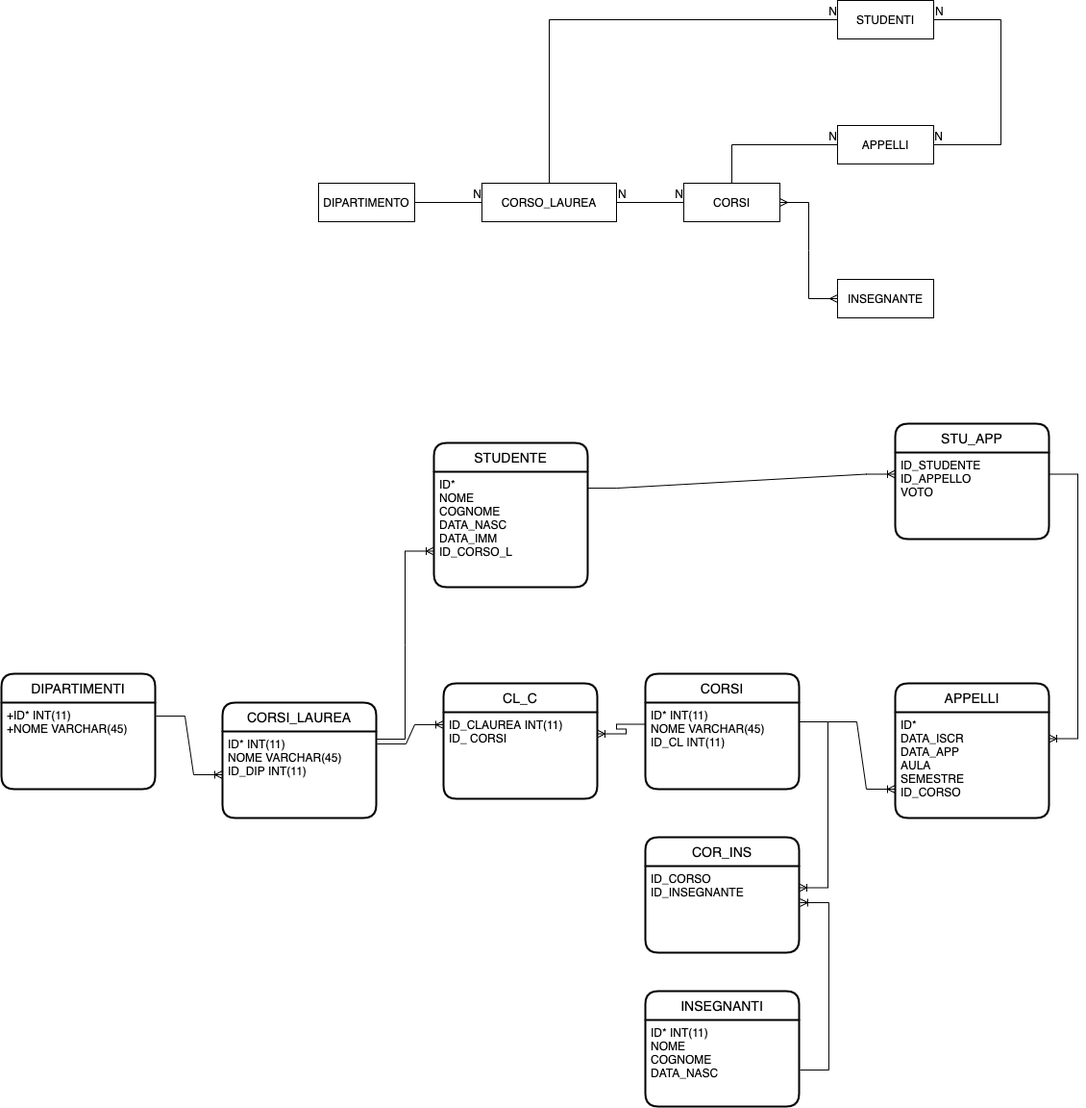
templarec/db-university keeps this draw.io diagram as db-university.png. Above is the earlier version. Source tidied: cells renumbered, new cells last; positions are measured from the earlier drawing's top-left corner, leaving out a move shared by most shapes.
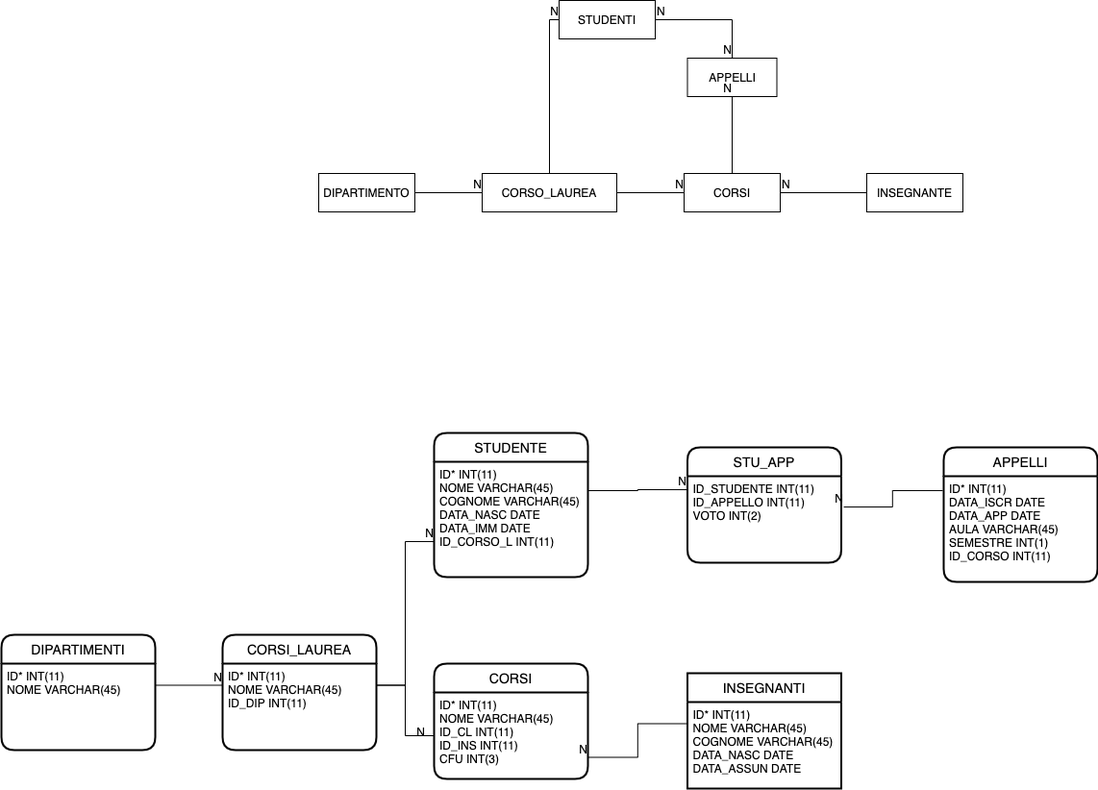
After the change.

Commit message:
Esercizio Completato

Change to the diagram source:
```diff
@@ -2,92 +2,48 @@
   <root>
     <mxCell id="0" />
     <mxCell id="1" parent="0" />
-    <mxCell id="2" style="edgeStyle=entityRelationEdgeStyle;fontSize=12;html=1;endArrow=ERoneToMany;rounded=0;entryX=0;entryY=0.5;entryDx=0;entryDy=0;exitX=1.006;exitY=0.156;exitDx=0;exitDy=0;exitPerimeter=0;" parent="1" edge="1" source="4" target="6">
-      <mxGeometry relative="1" as="geometry" />
-    </mxCell>
     <mxCell id="3" value="DIPARTIMENTI" style="swimlane;horizontal=1;startSize=30;rounded=1;fontSize=14;fontStyle=0;strokeWidth=2;shadow=0;dashed=0;align=center;" parent="1" vertex="1">
-      <mxGeometry y="700" width="160" height="120" as="geometry" />
+      <mxGeometry y="670" width="160" height="120" as="geometry" />
     </mxCell>
-    <mxCell id="4" value="+ID* INT(11)&#10;+NOME VARCHAR(45)&#10;" style="align=left;strokeColor=none;fillColor=none;spacingLeft=4;fontSize=12;verticalAlign=top;" parent="3" vertex="1">
+    <mxCell id="4" value="ID* INT(11)&#10;NOME VARCHAR(45)&#10;" style="align=left;strokeColor=none;fillColor=none;spacingLeft=4;fontSize=12;verticalAlign=top;" parent="3" vertex="1">
       <mxGeometry y="30" width="160" height="90" as="geometry" />
     </mxCell>
     <mxCell id="5" value="CORSI_LAUREA" style="swimlane;horizontal=1;startSize=30;rounded=1;fontSize=14;fontStyle=0;strokeWidth=2;shadow=0;dashed=0;align=center;" parent="1" vertex="1">
-      <mxGeometry x="230" y="730" width="160" height="120" as="geometry" />
+      <mxGeometry x="230" y="670" width="160" height="120" as="geometry" />
     </mxCell>
     <mxCell id="6" value="ID* INT(11)&#10;NOME VARCHAR(45)&#10;ID_DIP INT(11)" style="align=left;strokeColor=none;fillColor=none;spacingLeft=4;fontSize=12;verticalAlign=top;" parent="5" vertex="1">
       <mxGeometry y="30" width="160" height="90" as="geometry" />
     </mxCell>
     <mxCell id="7" value="CORSI" style="swimlane;horizontal=1;startSize=30;rounded=1;fontSize=14;fontStyle=0;strokeWidth=2;shadow=0;dashed=0;align=center;" parent="1" vertex="1">
-      <mxGeometry x="670" y="700" width="160" height="120" as="geometry" />
+      <mxGeometry x="450" y="700" width="160" height="120" as="geometry" />
     </mxCell>
-    <mxCell id="8" value="ID* INT(11)&#10;NOME VARCHAR(45)&#10;ID_CL INT(11)" style="align=left;strokeColor=none;fillColor=none;spacingLeft=4;fontSize=12;verticalAlign=top;" parent="7" vertex="1">
+    <mxCell id="8" value="ID* INT(11)&#10;NOME VARCHAR(45)&#10;ID_CL INT(11)&#10;ID_INS INT(11)&#10;CFU INT(3)" style="align=left;strokeColor=none;fillColor=none;spacingLeft=4;fontSize=12;verticalAlign=top;" parent="7" vertex="1">
       <mxGeometry y="30" width="160" height="90" as="geometry" />
     </mxCell>
-    <mxCell id="9" value="CL_C" style="swimlane;horizontal=1;startSize=30;rounded=1;fontSize=14;fontStyle=0;strokeWidth=2;shadow=0;dashed=0;align=center;" parent="1" vertex="1">
-      <mxGeometry x="460" y="710" width="160" height="120" as="geometry" />
-    </mxCell>
-    <mxCell id="10" value="ID_CLAUREA INT(11)&#10;ID_ CORSI" style="align=left;strokeColor=none;fillColor=none;spacingLeft=4;fontSize=12;verticalAlign=top;" parent="9" vertex="1">
-      <mxGeometry y="30" width="160" height="90" as="geometry" />
-    </mxCell>
-    <mxCell id="11" style="edgeStyle=entityRelationEdgeStyle;fontSize=12;html=1;endArrow=ERoneToMany;rounded=0;exitX=1.006;exitY=0.144;exitDx=0;exitDy=0;exitPerimeter=0;entryX=0;entryY=0.144;entryDx=0;entryDy=0;entryPerimeter=0;" parent="1" edge="1" source="6" target="10">
-      <mxGeometry relative="1" as="geometry" />
-    </mxCell>
-    <mxCell id="12" style="edgeStyle=entityRelationEdgeStyle;fontSize=12;html=1;endArrow=ERoneToMany;rounded=0;entryX=1;entryY=0.25;entryDx=0;entryDy=0;exitX=0;exitY=0.25;exitDx=0;exitDy=0;" parent="1" edge="1" source="8" target="10">
-      <mxGeometry relative="1" as="geometry" />
-    </mxCell>
-    <mxCell id="13" value="INSEGNANTI" style="swimlane;horizontal=1;startSize=30;rounded=1;fontSize=14;fontStyle=0;strokeWidth=2;shadow=0;dashed=0;align=center;" parent="1" vertex="1">
-      <mxGeometry x="670" y="1030" width="160" height="120" as="geometry" />
+    <mxCell id="13" value="INSEGNANTI" style="swimlane;horizontal=1;startSize=30;rounded=1;fontSize=14;fontStyle=0;strokeWidth=2;shadow=0;dashed=0;align=center;arcSize=0;" parent="1" vertex="1">
+      <mxGeometry x="713.5" y="710" width="160" height="120" as="geometry" />
     </mxCell>
-    <mxCell id="14" value="ID* INT(11)&#10;NOME &#10;COGNOME&#10;DATA_NASC&#10;" style="align=left;strokeColor=none;fillColor=none;spacingLeft=4;fontSize=12;verticalAlign=top;" parent="13" vertex="1">
+    <mxCell id="14" value="ID* INT(11)&#10;NOME VARCHAR(45)&#10;COGNOME VARCHAR(45)&#10;DATA_NASC DATE&#10;DATA_ASSUN DATE" style="align=left;strokeColor=none;fillColor=none;spacingLeft=4;fontSize=12;verticalAlign=top;" parent="13" vertex="1">
       <mxGeometry y="30" width="160" height="90" as="geometry" />
     </mxCell>
-    <mxCell id="15" value="COR_INS" style="swimlane;horizontal=1;startSize=30;rounded=1;fontSize=14;fontStyle=0;strokeWidth=2;shadow=0;dashed=0;align=center;" parent="1" vertex="1">
-      <mxGeometry x="670" y="870" width="160" height="120" as="geometry" />
-    </mxCell>
-    <mxCell id="16" value="ID_CORSO&#10;ID_INSEGNANTE" style="align=left;strokeColor=none;fillColor=none;spacingLeft=4;fontSize=12;verticalAlign=top;" parent="15" vertex="1">
-      <mxGeometry y="30" width="160" height="90" as="geometry" />
-    </mxCell>
-    <mxCell id="17" style="edgeStyle=entityRelationEdgeStyle;fontSize=12;html=1;endArrow=ERoneToMany;rounded=0;exitX=1.006;exitY=0.578;exitDx=0;exitDy=0;exitPerimeter=0;entryX=1.006;entryY=0.422;entryDx=0;entryDy=0;entryPerimeter=0;" parent="1" edge="1" source="14" target="16">
-      <mxGeometry relative="1" as="geometry" />
-    </mxCell>
-    <mxCell id="18" style="edgeStyle=entityRelationEdgeStyle;fontSize=12;html=1;endArrow=ERoneToMany;rounded=0;entryX=1;entryY=0.25;entryDx=0;entryDy=0;" parent="1" edge="1" target="16">
-      <mxGeometry relative="1" as="geometry">
-        <mxPoint x="830" y="750" as="sourcePoint" />
-      </mxGeometry>
-    </mxCell>
     <mxCell id="19" value="APPELLI" style="swimlane;horizontal=1;startSize=30;rounded=1;fontSize=14;fontStyle=0;strokeWidth=2;shadow=0;dashed=0;align=center;" parent="1" vertex="1">
-      <mxGeometry x="930" y="710" width="160" height="140" as="geometry" />
+      <mxGeometry x="980" y="475" width="160" height="140" as="geometry" />
     </mxCell>
-    <mxCell id="20" value="ID*&#10;DATA_ISCR&#10;DATA_APP&#10;AULA&#10;SEMESTRE&#10;ID_CORSO&#10;" style="align=left;strokeColor=none;fillColor=none;spacingLeft=4;fontSize=12;verticalAlign=top;" parent="19" vertex="1">
+    <mxCell id="20" value="ID* INT(11)&#10;DATA_ISCR DATE&#10;DATA_APP DATE&#10;AULA VARCHAR(45)&#10;SEMESTRE INT(1)&#10;ID_CORSO INT(11)&#10;" style="align=left;strokeColor=none;fillColor=none;spacingLeft=4;fontSize=12;verticalAlign=top;" parent="19" vertex="1">
       <mxGeometry y="30" width="160" height="110" as="geometry" />
     </mxCell>
-    <mxCell id="21" style="edgeStyle=entityRelationEdgeStyle;fontSize=12;html=1;endArrow=ERoneToMany;rounded=0;" parent="1" edge="1">
-      <mxGeometry relative="1" as="geometry">
-        <mxPoint x="860" y="750" as="sourcePoint" />
-        <mxPoint x="930" y="820" as="targetPoint" />
-      </mxGeometry>
-    </mxCell>
     <mxCell id="22" value="STUDENTE" style="swimlane;horizontal=1;startSize=30;rounded=1;fontSize=14;fontStyle=0;strokeWidth=2;shadow=0;dashed=0;align=center;" parent="1" vertex="1">
       <mxGeometry x="450" y="460" width="160" height="150" as="geometry" />
     </mxCell>
-    <mxCell id="23" value="ID*&#10;NOME&#10;COGNOME&#10;DATA_NASC&#10;DATA_IMM&#10;ID_CORSO_L" style="align=left;strokeColor=none;fillColor=none;spacingLeft=4;fontSize=12;verticalAlign=top;" parent="22" vertex="1">
+    <mxCell id="23" value="ID* INT(11)&#10;NOME VARCHAR(45)&#10;COGNOME VARCHAR(45)&#10;DATA_NASC DATE&#10;DATA_IMM DATE&#10;ID_CORSO_L INT(11)" style="align=left;strokeColor=none;fillColor=none;spacingLeft=4;fontSize=12;verticalAlign=top;" parent="22" vertex="1">
       <mxGeometry y="30" width="160" height="120" as="geometry" />
     </mxCell>
-    <mxCell id="24" style="edgeStyle=entityRelationEdgeStyle;fontSize=12;html=1;endArrow=ERoneToMany;rounded=0;exitX=1;exitY=0.089;exitDx=0;exitDy=0;entryX=0;entryY=0.75;entryDx=0;entryDy=0;exitPerimeter=0;" parent="1" edge="1" source="6" target="22">
-      <mxGeometry relative="1" as="geometry" />
-    </mxCell>
     <mxCell id="25" value="STU_APP" style="swimlane;horizontal=1;startSize=30;rounded=1;fontSize=14;fontStyle=0;strokeWidth=2;shadow=0;dashed=0;align=center;" parent="1" vertex="1">
-      <mxGeometry x="930" y="440" width="160" height="120" as="geometry" />
+      <mxGeometry x="713.5" y="475" width="160" height="120" as="geometry" />
     </mxCell>
-    <mxCell id="26" value="ID_STUDENTE&#10;ID_APPELLO&#10;VOTO" style="align=left;strokeColor=none;fillColor=none;spacingLeft=4;fontSize=12;verticalAlign=top;" parent="25" vertex="1">
+    <mxCell id="26" value="ID_STUDENTE INT(11)&#10;ID_APPELLO INT(11)&#10;VOTO INT(2)" style="align=left;strokeColor=none;fillColor=none;spacingLeft=4;fontSize=12;verticalAlign=top;" parent="25" vertex="1">
       <mxGeometry y="30" width="160" height="90" as="geometry" />
     </mxCell>
-    <mxCell id="27" style="edgeStyle=entityRelationEdgeStyle;fontSize=12;html=1;endArrow=ERoneToMany;rounded=0;exitX=1;exitY=0.142;exitDx=0;exitDy=0;exitPerimeter=0;entryX=0;entryY=0.25;entryDx=0;entryDy=0;" parent="1" edge="1" source="23" target="26">
-      <mxGeometry relative="1" as="geometry" />
-    </mxCell>
-    <mxCell id="28" style="edgeStyle=entityRelationEdgeStyle;fontSize=12;html=1;endArrow=ERoneToMany;rounded=0;exitX=1;exitY=0.25;exitDx=0;exitDy=0;entryX=1;entryY=0.25;entryDx=0;entryDy=0;" parent="1" edge="1" source="26" target="20">
-      <mxGeometry relative="1" as="geometry" />
-    </mxCell>
     <mxCell id="29" value="DIPARTIMENTO" style="whiteSpace=wrap;html=1;align=center;" parent="1" vertex="1">
       <mxGeometry x="330" y="190" width="100" height="40" as="geometry" />
     </mxCell>
@@ -98,17 +54,14 @@
       <mxGeometry x="710" y="190" width="100" height="40" as="geometry" />
     </mxCell>
     <mxCell id="32" value="APPELLI" style="whiteSpace=wrap;html=1;align=center;" parent="1" vertex="1">
-      <mxGeometry x="870" y="130" width="100" height="40" as="geometry" />
+      <mxGeometry x="713.5" y="70" width="93" height="40" as="geometry" />
     </mxCell>
     <mxCell id="33" value="STUDENTI" style="whiteSpace=wrap;html=1;align=center;" parent="1" vertex="1">
-      <mxGeometry x="870" width="100" height="40" as="geometry" />
+      <mxGeometry x="580" y="10" width="100" height="40" as="geometry" />
     </mxCell>
     <mxCell id="34" value="INSEGNANTE" style="whiteSpace=wrap;html=1;align=center;" parent="1" vertex="1">
-      <mxGeometry x="870" y="290" width="100" height="40" as="geometry" />
+      <mxGeometry x="900" y="190" width="100" height="40" as="geometry" />
     </mxCell>
-    <mxCell id="35" style="edgeStyle=entityRelationEdgeStyle;fontSize=12;html=1;endArrow=ERmany;startArrow=ERmany;rounded=0;exitX=1;exitY=0.5;exitDx=0;exitDy=0;entryX=0;entryY=0.5;entryDx=0;entryDy=0;" parent="1" edge="1" source="31" target="34">
-      <mxGeometry relative="1" as="geometry" />
-    </mxCell>
     <mxCell id="36" style="endArrow=none;html=1;rounded=0;edgeStyle=orthogonalEdgeStyle;exitX=1;exitY=0.5;exitDx=0;exitDy=0;entryX=0;entryY=0.5;entryDx=0;entryDy=0;" parent="1" edge="1" source="29" target="30">
       <mxGeometry relative="1" as="geometry" />
     </mxCell>
@@ -121,36 +74,73 @@
     <mxCell id="39" value="N" style="html=1;align=right;verticalAlign=bottom;" parent="38" vertex="1">
       <mxGeometry x="1" relative="1" as="geometry" />
     </mxCell>
-    <mxCell id="40" style="endArrow=none;html=1;rounded=0;edgeStyle=orthogonalEdgeStyle;exitX=1;exitY=0.5;exitDx=0;exitDy=0;entryX=1;entryY=0.5;entryDx=0;entryDy=0;" parent="1" edge="1" source="33" target="32">
-      <mxGeometry relative="1" as="geometry">
-        <Array as="points">
-          <mxPoint x="1040" y="20" />
-          <mxPoint x="1040" y="150" />
-        </Array>
-      </mxGeometry>
-    </mxCell>
-    <mxCell id="41" value="N" style="html=1;align=left;verticalAlign=bottom;" parent="40" vertex="1">
-      <mxGeometry x="-1" relative="1" as="geometry" />
-    </mxCell>
-    <mxCell id="42" value="N" style="html=1;align=right;verticalAlign=bottom;" parent="40" vertex="1">
-      <mxGeometry x="1" relative="1" as="geometry">
-        <mxPoint x="10" as="offset" />
-      </mxGeometry>
-    </mxCell>
-    <mxCell id="43" style="endArrow=none;html=1;rounded=0;edgeStyle=orthogonalEdgeStyle;exitX=0.5;exitY=0;exitDx=0;exitDy=0;entryX=0;entryY=0.5;entryDx=0;entryDy=0;" parent="1" edge="1" source="31" target="32">
-      <mxGeometry relative="1" as="geometry" />
-    </mxCell>
-    <mxCell id="44" value="N" style="html=1;align=right;verticalAlign=bottom;" parent="43" vertex="1">
-      <mxGeometry x="1" relative="1" as="geometry" />
-    </mxCell>
     <mxCell id="45" style="endArrow=none;html=1;rounded=0;edgeStyle=orthogonalEdgeStyle;exitX=1;exitY=0.5;exitDx=0;exitDy=0;entryX=0;entryY=0.5;entryDx=0;entryDy=0;" parent="1" edge="1" source="30" target="31">
       <mxGeometry relative="1" as="geometry" />
     </mxCell>
-    <mxCell id="46" value="N" style="html=1;align=left;verticalAlign=bottom;" parent="45" vertex="1">
+    <mxCell id="46" style="html=1;align=left;verticalAlign=bottom;" parent="45" vertex="1">
       <mxGeometry x="-1" relative="1" as="geometry" />
     </mxCell>
     <mxCell id="47" value="N" style="html=1;align=right;verticalAlign=bottom;" parent="45" vertex="1">
       <mxGeometry x="1" relative="1" as="geometry" />
     </mxCell>
+    <mxCell id="35" style="endArrow=none;html=1;rounded=0;edgeStyle=orthogonalEdgeStyle;exitX=1;exitY=0.5;exitDx=0;exitDy=0;entryX=0;entryY=0.5;entryDx=0;entryDy=0;" parent="1" edge="1" source="31" target="34">
+      <mxGeometry relative="1" as="geometry" />
+    </mxCell>
+    <mxCell id="48" value="N" style="html=1;align=left;verticalAlign=bottom;" parent="35" vertex="1">
+      <mxGeometry x="-1" relative="1" as="geometry" />
+    </mxCell>
+    <mxCell id="43" style="endArrow=none;html=1;rounded=0;edgeStyle=orthogonalEdgeStyle;exitX=0.5;exitY=0;exitDx=0;exitDy=0;entryX=0.5;entryY=1;entryDx=0;entryDy=0;" parent="1" edge="1" source="31" target="32">
+      <mxGeometry relative="1" as="geometry" />
+    </mxCell>
+    <mxCell id="49" value="N" style="html=1;align=right;verticalAlign=bottom;" parent="43" vertex="1">
+      <mxGeometry x="1" relative="1" as="geometry" />
+    </mxCell>
+    <mxCell id="50" style="endArrow=none;html=1;rounded=0;edgeStyle=orthogonalEdgeStyle;entryX=1;entryY=0.75;entryDx=0;entryDy=0;exitX=0;exitY=0.25;exitDx=0;exitDy=0;" parent="1" edge="1" source="14" target="8">
+      <mxGeometry relative="1" as="geometry" />
+    </mxCell>
+    <mxCell id="51" value="N" style="html=1;align=right;verticalAlign=bottom;" parent="50" vertex="1">
+      <mxGeometry x="1" relative="1" as="geometry" />
+    </mxCell>
+    <mxCell id="27" style="endArrow=none;html=1;rounded=0;edgeStyle=orthogonalEdgeStyle;exitX=1;exitY=0.25;exitDx=0;exitDy=0;entryX=-0.006;entryY=0.156;entryDx=0;entryDy=0;entryPerimeter=0;" parent="1" edge="1" source="23" target="26">
+      <mxGeometry relative="1" as="geometry" />
+    </mxCell>
+    <mxCell id="52" value="N" style="html=1;align=right;verticalAlign=bottom;" parent="27" vertex="1">
+      <mxGeometry x="1" relative="1" as="geometry" />
+    </mxCell>
+    <mxCell id="53" style="endArrow=none;html=1;rounded=0;edgeStyle=orthogonalEdgeStyle;exitX=-0.006;exitY=0.136;exitDx=0;exitDy=0;entryX=1.016;entryY=0.356;entryDx=0;entryDy=0;entryPerimeter=0;exitPerimeter=0;" parent="1" edge="1" source="20" target="26">
+      <mxGeometry relative="1" as="geometry" />
+    </mxCell>
+    <mxCell id="54" value="N" style="html=1;align=right;verticalAlign=bottom;" parent="53" vertex="1">
+      <mxGeometry x="1" relative="1" as="geometry" />
+    </mxCell>
+    <mxCell id="2" style="endArrow=none;html=1;rounded=0;edgeStyle=orthogonalEdgeStyle;exitX=1;exitY=0.25;exitDx=0;exitDy=0;entryX=0;entryY=0.25;entryDx=0;entryDy=0;" parent="1" edge="1" source="4" target="6">
+      <mxGeometry relative="1" as="geometry" />
+    </mxCell>
+    <mxCell id="55" value="N" style="html=1;align=right;verticalAlign=bottom;" parent="2" vertex="1">
+      <mxGeometry x="1" relative="1" as="geometry" />
+    </mxCell>
+    <mxCell id="56" style="endArrow=none;html=1;rounded=0;edgeStyle=orthogonalEdgeStyle;exitX=1;exitY=0.25;exitDx=0;exitDy=0;entryX=0;entryY=0.692;entryDx=0;entryDy=0;entryPerimeter=0;" parent="1" edge="1" source="6" target="23">
+      <mxGeometry relative="1" as="geometry" />
+    </mxCell>
+    <mxCell id="57" value="N" style="html=1;align=right;verticalAlign=bottom;" parent="56" vertex="1">
+      <mxGeometry x="1" relative="1" as="geometry" />
+    </mxCell>
+    <mxCell id="58" style="endArrow=none;html=1;rounded=0;edgeStyle=orthogonalEdgeStyle;exitX=1;exitY=0.25;exitDx=0;exitDy=0;entryX=0;entryY=0.5;entryDx=0;entryDy=0;" parent="1" edge="1" source="6" target="8">
+      <mxGeometry relative="1" as="geometry" />
+    </mxCell>
+    <mxCell id="59" value="N" style="html=1;align=right;verticalAlign=bottom;" parent="58" vertex="1">
+      <mxGeometry x="1" relative="1" as="geometry">
+        <mxPoint x="-10" y="5" as="offset" />
+      </mxGeometry>
+    </mxCell>
+    <mxCell id="40" style="endArrow=none;html=1;rounded=0;edgeStyle=orthogonalEdgeStyle;exitX=1;exitY=0.5;exitDx=0;exitDy=0;entryX=0.5;entryY=0;entryDx=0;entryDy=0;" parent="1" edge="1" source="33" target="32">
+      <mxGeometry relative="1" as="geometry" />
+    </mxCell>
+    <mxCell id="60" value="N" style="html=1;align=left;verticalAlign=bottom;" parent="40" vertex="1">
+      <mxGeometry x="-1" relative="1" as="geometry" />
+    </mxCell>
+    <mxCell id="61" value="N" style="html=1;align=right;verticalAlign=bottom;" parent="40" vertex="1">
+      <mxGeometry x="1" relative="1" as="geometry" />
+    </mxCell>
   </root>
 </mxGraphModel>
```
